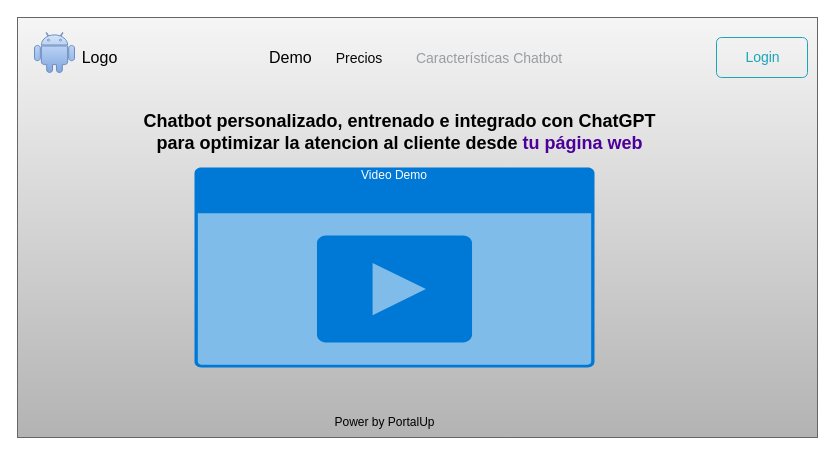
This is template_chatbots_platform.drawio from victorhugor45/mockups_chatbot_platform, a draw.io file, before an edit. Source tidied: cells renumbered, new cells numbered last; positions are measured from the earlier drawing's top-left corner, leaving out a move shared by most shapes. Both pictures are drawn from the tidied source at 100%, with x=0, y=0 at pixel (17, 17).
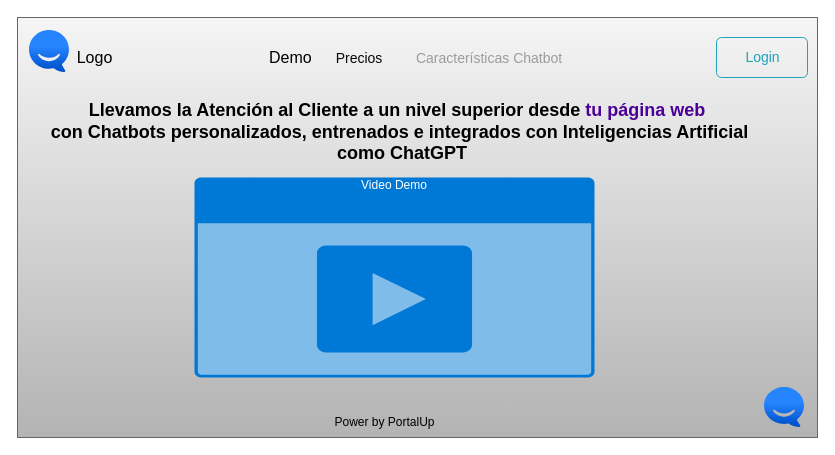
Above is the later version.

Change to the diagram source:
```diff
@@
 <mxGraphModel>
   <root>
     <mxCell id="0" />
     <mxCell id="1" parent="0" />
     <mxCell id="2" style="rounded=0;whiteSpace=wrap;html=1;fillColor=#f5f5f5;gradientColor=#b3b3b3;strokeColor=#666666;" parent="1" vertex="1">
       <mxGeometry width="800" height="420" as="geometry" />
     </mxCell>
     <mxCell id="3" value="Demo" style="html=1;shadow=0;dashed=0;fontSize=16;align=left;spacing=15;fillColor=none;strokeColor=none;" parent="1" vertex="1">
       <mxGeometry x="237" y="10" width="563" height="60" as="geometry" />
     </mxCell>
     <mxCell id="4" value="Precios" style="fillColor=none;strokeColor=none;fontSize=14;fontColor=#080808;align=center;" parent="3" vertex="1">
       <mxGeometry width="70" height="40" relative="1" as="geometry">
         <mxPoint x="70" y="10" as="offset" />
       </mxGeometry>
     </mxCell>
     <mxCell id="5" value="Características Chatbot " style="fillColor=none;strokeColor=none;fontSize=14;fontColor=#9A9DA0;align=center;" parent="3" vertex="1">
       <mxGeometry width="160" height="40" relative="1" as="geometry">
         <mxPoint x="157" y="10" as="offset" />
       </mxGeometry>
     </mxCell>
     <mxCell id="6" value="Login" style="html=1;shadow=0;dashed=0;shape=mxgraph.bootstrap.rrect;rSize=5;fontSize=14;fontColor=#1CA5B8;strokeColor=#1CA5B8;fillColor=none;" parent="3" vertex="1">
       <mxGeometry x="1" width="91" height="40" relative="1" as="geometry">
         <mxPoint x="-101" y="10" as="offset" />
       </mxGeometry>
     </mxCell>
     <mxCell id="7" value="Video Demo" style="html=1;whiteSpace=wrap;strokeColor=none;fillColor=#0079D6;labelPosition=center;verticalLabelPosition=middle;verticalAlign=top;align=center;fontSize=12;spacingTop=-6;fontColor=#FFFFFF;sketch=0;shape=mxgraph.sitemap.video;" parent="1" vertex="1">
-      <mxGeometry x="177" y="150" width="400" height="200" as="geometry" />
+      <mxGeometry x="177" y="160" width="400" height="200" as="geometry" />
     </mxCell>
-    <mxCell id="8" style="dashed=0;html=1;align=center;labelPosition=center;verticalLabelPosition=bottom;verticalAlign=top;shape=mxgraph.weblogos.android;fillColor=#dae8fc;strokeColor=#6c8ebf;gradientColor=#7ea6e0;" parent="1" vertex="1">
-      <mxGeometry x="17" y="15" width="40" height="40" as="geometry" />
-    </mxCell>
     <mxCell id="9" value="Power by PortalUp&lt;br&gt;" style="text;html=1;align=center;verticalAlign=middle;strokeColor=none;fillColor=none;" parent="1" vertex="1">
       <mxGeometry x="307" y="390" width="120" height="30" as="geometry" />
     </mxCell>
     <mxCell id="10" value="Logo" style="text;html=1;align=center;verticalAlign=middle;strokeColor=none;fillColor=none;fontSize=16;" parent="1" vertex="1">
-      <mxGeometry x="52" y="25" width="60" height="30" as="geometry" />
+      <mxGeometry x="47" y="25" width="60" height="30" as="geometry" />
     </mxCell>
-    <mxCell id="11" value="Chatbot personalizado, entrenado e integrado con ChatGPT &lt;br style=&quot;font-size: 18px;&quot;&gt;para optimizar la atencion al cliente desde &lt;font color=&quot;#4c0099&quot; style=&quot;font-size: 18px;&quot;&gt;tu página web&lt;/font&gt;" style="text;html=1;align=center;verticalAlign=middle;strokeColor=none;fillColor=none;fontFamily=Helvetica;fontStyle=1;horizontal=1;fontSize=18;" parent="1" vertex="1">
-      <mxGeometry x="112" y="85" width="540" height="60" as="geometry" />
+    <mxCell id="11" value="Llevamos la Atención al Cliente a un nivel superior desde&amp;nbsp;&lt;font style=&quot;border-color: var(--border-color);&quot; color=&quot;#4c0099&quot;&gt;tu página web&amp;nbsp;&lt;br&gt;&lt;/font&gt;con Chatbots personalizados, entrenados e integrados con Inteligencias Artificial&lt;br&gt;&amp;nbsp;como ChatGPT" style="text;html=1;align=center;verticalAlign=middle;strokeColor=none;fillColor=none;fontFamily=Helvetica;fontStyle=1;horizontal=1;fontSize=18;shadow=0;rounded=0;glass=0;" parent="1" vertex="1">
+      <mxGeometry x="22" y="75" width="720" height="80" as="geometry" />
     </mxCell>
+    <mxCell id="12" style="image;image=img/lib/atlassian/Hipchat_Logo.svg;html=1;direction=east;flipH=0;flipV=0;" parent="1" vertex="1">
+      <mxGeometry x="747" y="370" width="40" height="40" as="geometry" />
+    </mxCell>
+    <mxCell id="13" style="image;image=img/lib/atlassian/Hipchat_Logo.svg;html=1;" parent="1" vertex="1">
+      <mxGeometry x="12" y="13" width="40" height="42" as="geometry" />
+    </mxCell>
   </root>
 </mxGraphModel>
```
